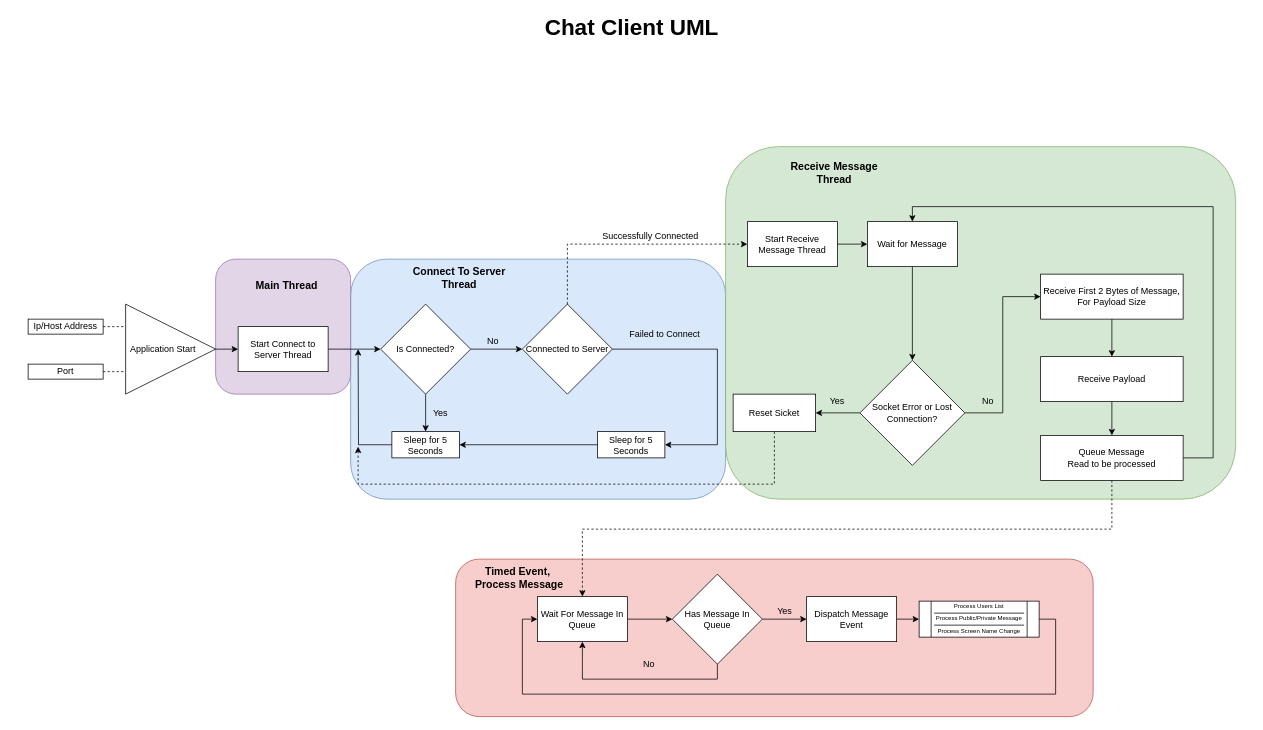
Before: Untitled Diagram.drawio in Ashley-Sands/comp260-worksheet-1, a draw.io diagram. Source tidied: cells renumbered, new cells numbered last; positions are measured from the earlier drawing's top-left corner, leaving out a move shared by most shapes. Both pictures are drawn from the tidied source at 75%, with x=0, y=0 at pixel (13, 19).
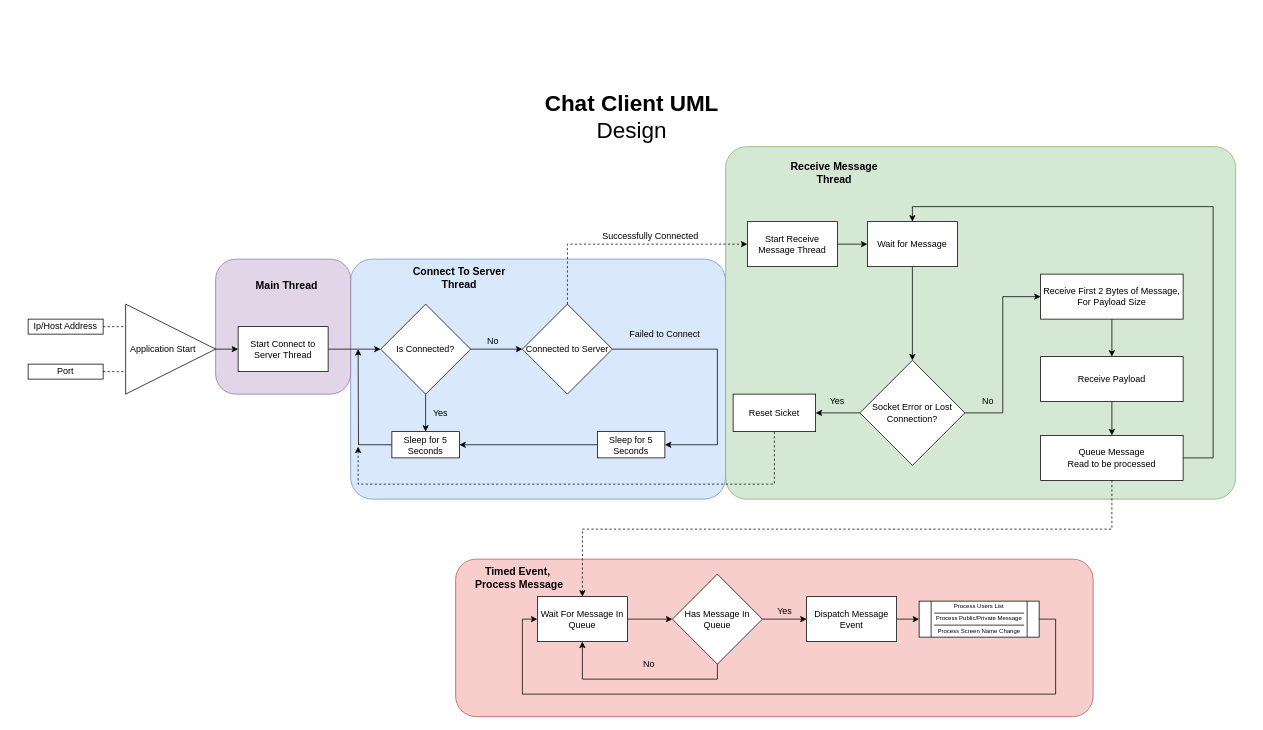
Above is the later version.

Commit message:
updated Chat Client UML

The edit, as a diff of the source:
```diff
@@
-    <mxCell id="2" style="rounded=1;whiteSpace=wrap;html=1;shadow=0;glass=0;comic=0;startSize=28;fillColor=#dae8fc;strokeColor=#6c8ebf;" parent="1" vertex="1">
+    <mxCell id="2" style="rounded=1;whiteSpace=wrap;html=1;shadow=0;glass=0;comic=0;startSize=28;fillColor=#dae8fc;strokeColor=#6c8ebf;arcSize=9;" parent="1" vertex="1">
       <mxGeometry x="450" y="320" width="500" height="320" as="geometry" />
     </mxCell>
@@
-    <mxCell id="4" style="rounded=1;whiteSpace=wrap;html=1;shadow=0;glass=0;comic=0;startSize=28;fillColor=#d5e8d4;strokeColor=#82b366;" parent="1" vertex="1">
+    <mxCell id="4" style="rounded=1;whiteSpace=wrap;html=1;shadow=0;glass=0;comic=0;startSize=28;fillColor=#d5e8d4;strokeColor=#82b366;arcSize=6;" parent="1" vertex="1">
       <mxGeometry x="950" y="170" width="680" height="470" as="geometry" />
     </mxCell>
@@
-    <mxCell id="6" style="rounded=1;whiteSpace=wrap;html=1;shadow=0;glass=0;comic=0;startSize=28;fillColor=#f8cecc;strokeColor=#b85450;" parent="1" vertex="1">
+    <mxCell id="6" style="rounded=1;whiteSpace=wrap;html=1;shadow=0;glass=0;comic=0;startSize=28;fillColor=#f8cecc;strokeColor=#b85450;arcSize=13;" parent="1" vertex="1">
       <mxGeometry x="590" y="720" width="850" height="210" as="geometry" />
     </mxCell>
@@
-    <mxCell id="74" value="&lt;b style=&quot;font-size: 30px&quot;&gt;Chat Client UML&lt;/b&gt;" style="text;html=1;strokeColor=none;fillColor=none;align=center;verticalAlign=middle;whiteSpace=wrap;rounded=0;shadow=0;glass=0;comic=0;startSize=28;" parent="10" vertex="1">
-      <mxGeometry width="1650" height="20" as="geometry" />
+    <mxCell id="74" value="&lt;span style=&quot;font-size: 30px&quot;&gt;&lt;b&gt;Chat Client UML&lt;/b&gt;&lt;br&gt;Design&lt;br&gt;&lt;/span&gt;" style="text;html=1;strokeColor=none;fillColor=none;align=center;verticalAlign=middle;whiteSpace=wrap;rounded=0;shadow=0;glass=0;comic=0;startSize=28;" parent="10" vertex="1">
+      <mxGeometry y="90" width="1650" height="80" as="geometry" />
     </mxCell>
```
